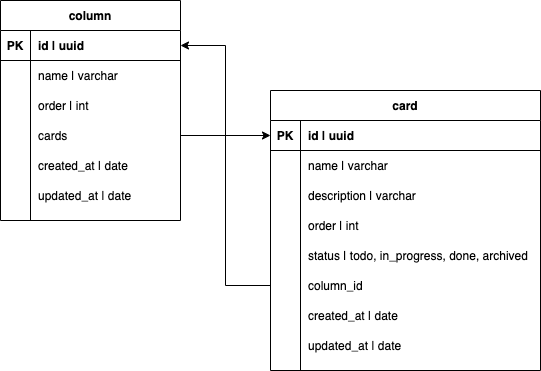
kzkaneoka/kanban-backend keeps this draw.io diagram as db-design.png. Above is the earlier version. Source tidied: cells renumbered, new cells last; positions are measured from the earlier drawing's top-left corner, leaving out a move shared by most shapes.
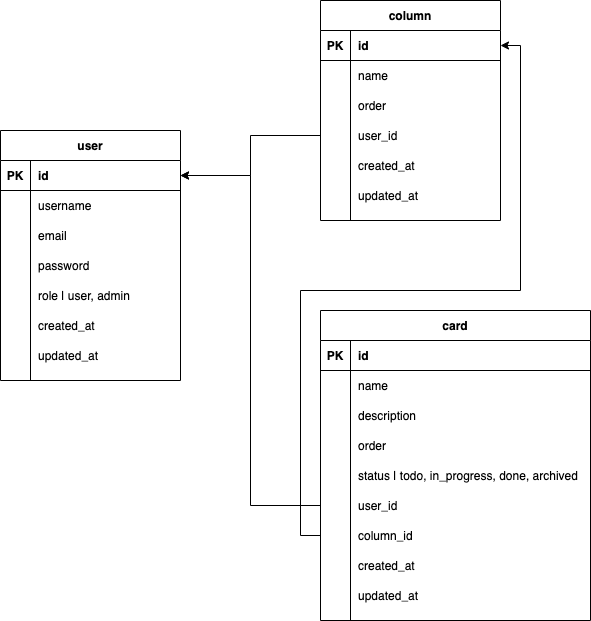
Later version of the same file.

The edit, as a diff of the source:
```diff
@@ -3,7 +3,7 @@
     <mxCell id="0" />
     <mxCell id="1" parent="0" />
     <mxCell id="2" value="column" style="shape=table;startSize=30;rowLines=0;fontStyle=1;align=center;" parent="1" vertex="1">
-      <mxGeometry width="180" height="220" as="geometry" />
+      <mxGeometry x="390" y="-30" width="180" height="220" as="geometry" />
     </mxCell>
     <mxCell id="3" style="shape=partialRectangle;fillColor=none;top=0;left=0;bottom=1;right=0;points=[[0,0.5],[1,0.5]];portConstraint=eastwest;" parent="2" vertex="1">
       <mxGeometry y="30" width="180" height="30" as="geometry" />
@@ -11,7 +11,7 @@
     <mxCell id="4" value="PK" style="shape=partialRectangle;fillColor=none;top=0;left=0;bottom=0;right=0;fontStyle=1;overflow=hidden;" parent="3" vertex="1">
       <mxGeometry width="30" height="30" as="geometry" />
     </mxCell>
-    <mxCell id="5" value="id | uuid" style="shape=partialRectangle;fillColor=none;top=0;left=0;bottom=0;right=0;align=left;spacingLeft=6;fontStyle=1;overflow=hidden;" parent="3" vertex="1">
+    <mxCell id="5" value="id" style="shape=partialRectangle;fillColor=none;top=0;left=0;bottom=0;right=0;align=left;spacingLeft=6;fontStyle=1;overflow=hidden;" parent="3" vertex="1">
       <mxGeometry x="30" width="150" height="30" as="geometry" />
     </mxCell>
     <mxCell id="6" style="shape=partialRectangle;fillColor=none;top=0;left=0;bottom=0;right=0;" parent="2" vertex="1">
@@ -20,7 +20,7 @@
     <mxCell id="7" style="shape=partialRectangle;fillColor=none;top=0;left=0;bottom=0;right=0;overflow=hidden;" parent="6" vertex="1">
       <mxGeometry width="30" height="30" as="geometry" />
     </mxCell>
-    <mxCell id="8" value="name | varchar" style="shape=partialRectangle;fillColor=none;top=0;left=0;bottom=0;right=0;align=left;spacingLeft=6;overflow=hidden;" parent="6" vertex="1">
+    <mxCell id="8" value="name" style="shape=partialRectangle;fillColor=none;top=0;left=0;bottom=0;right=0;align=left;spacingLeft=6;overflow=hidden;" parent="6" vertex="1">
       <mxGeometry x="30" width="150" height="30" as="geometry" />
     </mxCell>
     <mxCell id="9" style="shape=partialRectangle;fillColor=none;top=0;left=0;bottom=0;right=0;" parent="2" vertex="1">
@@ -29,7 +29,7 @@
     <mxCell id="10" style="shape=partialRectangle;fillColor=none;top=0;left=0;bottom=0;right=0;overflow=hidden;" parent="9" vertex="1">
       <mxGeometry width="30" height="30" as="geometry" />
     </mxCell>
-    <mxCell id="11" value="order | int" style="shape=partialRectangle;fillColor=none;top=0;left=0;bottom=0;right=0;align=left;spacingLeft=6;overflow=hidden;" parent="9" vertex="1">
+    <mxCell id="11" value="order" style="shape=partialRectangle;fillColor=none;top=0;left=0;bottom=0;right=0;align=left;spacingLeft=6;overflow=hidden;" parent="9" vertex="1">
       <mxGeometry x="30" width="150" height="30" as="geometry" />
     </mxCell>
     <mxCell id="12" style="shape=partialRectangle;fillColor=none;top=0;left=0;bottom=0;right=0;points=[[0,0.5],[1,0.5]];portConstraint=eastwest;" parent="2" vertex="1">
@@ -38,7 +38,7 @@
     <mxCell id="13" style="shape=partialRectangle;fillColor=none;top=0;left=0;bottom=0;right=0;overflow=hidden;" parent="12" vertex="1">
       <mxGeometry width="30" height="30" as="geometry" />
     </mxCell>
-    <mxCell id="14" value="cards" style="shape=partialRectangle;fillColor=none;top=0;left=0;bottom=0;right=0;align=left;spacingLeft=6;overflow=hidden;" parent="12" vertex="1">
+    <mxCell id="14" value="user_id" style="shape=partialRectangle;fillColor=none;top=0;left=0;bottom=0;right=0;align=left;spacingLeft=6;overflow=hidden;" parent="12" vertex="1">
       <mxGeometry x="30" width="150" height="30" as="geometry" />
     </mxCell>
     <mxCell id="15" style="shape=partialRectangle;fillColor=none;top=0;left=0;bottom=0;right=0;" parent="2" vertex="1">
@@ -47,7 +47,7 @@
     <mxCell id="16" style="shape=partialRectangle;fillColor=none;top=0;left=0;bottom=0;right=0;overflow=hidden;" parent="15" vertex="1">
       <mxGeometry width="30" height="30" as="geometry" />
     </mxCell>
-    <mxCell id="17" value="created_at | date" style="shape=partialRectangle;fillColor=none;top=0;left=0;bottom=0;right=0;align=left;spacingLeft=6;overflow=hidden;" parent="15" vertex="1">
+    <mxCell id="17" value="created_at" style="shape=partialRectangle;fillColor=none;top=0;left=0;bottom=0;right=0;align=left;spacingLeft=6;overflow=hidden;" parent="15" vertex="1">
       <mxGeometry x="30" width="150" height="30" as="geometry" />
     </mxCell>
     <mxCell id="18" style="shape=partialRectangle;fillColor=none;top=0;left=0;bottom=0;right=0;" parent="2" vertex="1">
@@ -56,11 +56,11 @@
     <mxCell id="19" style="shape=partialRectangle;fillColor=none;top=0;left=0;bottom=0;right=0;overflow=hidden;" parent="18" vertex="1">
       <mxGeometry width="30" height="30" as="geometry" />
     </mxCell>
-    <mxCell id="20" value="updated_at | date" style="shape=partialRectangle;fillColor=none;top=0;left=0;bottom=0;right=0;align=left;spacingLeft=6;overflow=hidden;" parent="18" vertex="1">
+    <mxCell id="20" value="updated_at" style="shape=partialRectangle;fillColor=none;top=0;left=0;bottom=0;right=0;align=left;spacingLeft=6;overflow=hidden;" parent="18" vertex="1">
       <mxGeometry x="30" width="150" height="30" as="geometry" />
     </mxCell>
     <mxCell id="21" value="card" style="shape=table;startSize=30;rowLines=0;fontStyle=1;align=center;" parent="1" vertex="1">
-      <mxGeometry x="270" y="90" width="270" height="280" as="geometry" />
+      <mxGeometry x="390" y="280" width="270" height="310" as="geometry" />
     </mxCell>
     <mxCell id="22" style="shape=partialRectangle;fillColor=none;top=0;left=0;bottom=1;right=0;points=[[0,0.5],[1,0.5]];portConstraint=eastwest;" parent="21" vertex="1">
       <mxGeometry y="30" width="270" height="30" as="geometry" />
@@ -68,7 +68,7 @@
     <mxCell id="23" value="PK" style="shape=partialRectangle;fillColor=none;top=0;left=0;bottom=0;right=0;fontStyle=1;overflow=hidden;" parent="22" vertex="1">
       <mxGeometry width="30" height="30" as="geometry" />
     </mxCell>
-    <mxCell id="24" value="id | uuid" style="shape=partialRectangle;fillColor=none;top=0;left=0;bottom=0;right=0;align=left;spacingLeft=6;fontStyle=1;overflow=hidden;" parent="22" vertex="1">
+    <mxCell id="24" value="id" style="shape=partialRectangle;fillColor=none;top=0;left=0;bottom=0;right=0;align=left;spacingLeft=6;fontStyle=1;overflow=hidden;" parent="22" vertex="1">
       <mxGeometry x="30" width="240" height="30" as="geometry" />
     </mxCell>
     <mxCell id="25" style="shape=partialRectangle;fillColor=none;top=0;left=0;bottom=0;right=0;" parent="21" vertex="1">
@@ -77,7 +77,7 @@
     <mxCell id="26" style="shape=partialRectangle;fillColor=none;top=0;left=0;bottom=0;right=0;overflow=hidden;" parent="25" vertex="1">
       <mxGeometry width="30" height="30" as="geometry" />
     </mxCell>
-    <mxCell id="27" value="name | varchar" style="shape=partialRectangle;fillColor=none;top=0;left=0;bottom=0;right=0;align=left;spacingLeft=6;overflow=hidden;" parent="25" vertex="1">
+    <mxCell id="27" value="name" style="shape=partialRectangle;fillColor=none;top=0;left=0;bottom=0;right=0;align=left;spacingLeft=6;overflow=hidden;" parent="25" vertex="1">
       <mxGeometry x="30" width="240" height="30" as="geometry" />
     </mxCell>
     <mxCell id="28" style="shape=partialRectangle;fillColor=none;top=0;left=0;bottom=0;right=0;" parent="21" vertex="1">
@@ -86,7 +86,7 @@
     <mxCell id="29" style="shape=partialRectangle;fillColor=none;top=0;left=0;bottom=0;right=0;overflow=hidden;" parent="28" vertex="1">
       <mxGeometry width="30" height="30" as="geometry" />
     </mxCell>
-    <mxCell id="30" value="description | varchar" style="shape=partialRectangle;fillColor=none;top=0;left=0;bottom=0;right=0;align=left;spacingLeft=6;overflow=hidden;" parent="28" vertex="1">
+    <mxCell id="30" value="description" style="shape=partialRectangle;fillColor=none;top=0;left=0;bottom=0;right=0;align=left;spacingLeft=6;overflow=hidden;" parent="28" vertex="1">
       <mxGeometry x="30" width="240" height="30" as="geometry" />
     </mxCell>
     <mxCell id="31" style="shape=partialRectangle;fillColor=none;top=0;left=0;bottom=0;right=0;" parent="21" vertex="1">
@@ -95,7 +95,7 @@
     <mxCell id="32" style="shape=partialRectangle;fillColor=none;top=0;left=0;bottom=0;right=0;overflow=hidden;" parent="31" vertex="1">
       <mxGeometry width="30" height="30" as="geometry" />
     </mxCell>
-    <mxCell id="33" value="order | int" style="shape=partialRectangle;fillColor=none;top=0;left=0;bottom=0;right=0;align=left;spacingLeft=6;overflow=hidden;" parent="31" vertex="1">
+    <mxCell id="33" value="order" style="shape=partialRectangle;fillColor=none;top=0;left=0;bottom=0;right=0;align=left;spacingLeft=6;overflow=hidden;" parent="31" vertex="1">
       <mxGeometry x="30" width="240" height="30" as="geometry" />
     </mxCell>
     <mxCell id="34" style="shape=partialRectangle;fillColor=none;top=0;left=0;bottom=0;right=0;" parent="21" vertex="1">
@@ -113,7 +113,7 @@
     <mxCell id="38" style="shape=partialRectangle;fillColor=none;top=0;left=0;bottom=0;right=0;overflow=hidden;" parent="37" vertex="1">
       <mxGeometry width="30" height="30" as="geometry" />
     </mxCell>
-    <mxCell id="39" value="column_id" style="shape=partialRectangle;fillColor=none;top=0;left=0;bottom=0;right=0;align=left;spacingLeft=6;overflow=hidden;" parent="37" vertex="1">
+    <mxCell id="39" value="user_id" style="shape=partialRectangle;fillColor=none;top=0;left=0;bottom=0;right=0;align=left;spacingLeft=6;overflow=hidden;" parent="37" vertex="1">
       <mxGeometry x="30" width="240" height="30" as="geometry" />
     </mxCell>
     <mxCell id="40" style="shape=partialRectangle;fillColor=none;top=0;left=0;bottom=0;right=0;points=[[0,0.5],[1,0.5]];portConstraint=eastwest;" parent="21" vertex="1">
@@ -122,7 +122,7 @@
     <mxCell id="41" style="shape=partialRectangle;fillColor=none;top=0;left=0;bottom=0;right=0;overflow=hidden;" parent="40" vertex="1">
       <mxGeometry width="30" height="30" as="geometry" />
     </mxCell>
-    <mxCell id="42" value="created_at | date" style="shape=partialRectangle;fillColor=none;top=0;left=0;bottom=0;right=0;align=left;spacingLeft=6;overflow=hidden;" parent="40" vertex="1">
+    <mxCell id="42" value="column_id" style="shape=partialRectangle;fillColor=none;top=0;left=0;bottom=0;right=0;align=left;spacingLeft=6;overflow=hidden;" parent="40" vertex="1">
       <mxGeometry x="30" width="240" height="30" as="geometry" />
     </mxCell>
     <mxCell id="43" style="shape=partialRectangle;fillColor=none;top=0;left=0;bottom=0;right=0;" parent="21" vertex="1">
@@ -131,14 +131,92 @@
     <mxCell id="44" style="shape=partialRectangle;fillColor=none;top=0;left=0;bottom=0;right=0;overflow=hidden;" parent="43" vertex="1">
       <mxGeometry width="30" height="30" as="geometry" />
     </mxCell>
-    <mxCell id="45" value="updated_at | date" style="shape=partialRectangle;fillColor=none;top=0;left=0;bottom=0;right=0;align=left;spacingLeft=6;overflow=hidden;" parent="43" vertex="1">
+    <mxCell id="45" value="created_at" style="shape=partialRectangle;fillColor=none;top=0;left=0;bottom=0;right=0;align=left;spacingLeft=6;overflow=hidden;" parent="43" vertex="1">
       <mxGeometry x="30" width="240" height="30" as="geometry" />
     </mxCell>
-    <mxCell id="46" style="edgeStyle=orthogonalEdgeStyle;rounded=0;jettySize=auto;html=1;entryX=1;entryY=0.5;entryDx=0;entryDy=0;" parent="1" edge="1" source="37" target="3">
-      <mxGeometry relative="1" as="geometry" />
-    </mxCell>
-    <mxCell id="47" style="edgeStyle=orthogonalEdgeStyle;rounded=0;jettySize=auto;html=1;" parent="1" edge="1" source="12" target="22">
-      <mxGeometry relative="1" as="geometry" />
-    </mxCell>
+    <mxCell id="48" style="shape=partialRectangle;fillColor=none;top=0;left=0;bottom=0;right=0;" parent="21" vertex="1">
+      <mxGeometry y="270" width="270" height="30" as="geometry" />
+    </mxCell>
+    <mxCell id="49" style="shape=partialRectangle;fillColor=none;top=0;left=0;bottom=0;right=0;overflow=hidden;" parent="48" vertex="1">
+      <mxGeometry width="30" height="30" as="geometry" />
+    </mxCell>
+    <mxCell id="50" value="updated_at" style="shape=partialRectangle;fillColor=none;top=0;left=0;bottom=0;right=0;align=left;spacingLeft=6;overflow=hidden;" parent="48" vertex="1">
+      <mxGeometry x="30" width="240" height="30" as="geometry" />
+    </mxCell>
+    <mxCell id="51" value="user" style="shape=table;startSize=30;rowLines=0;fontStyle=1;align=center;" parent="1" vertex="1">
+      <mxGeometry x="70" y="100" width="180" height="250" as="geometry" />
+    </mxCell>
+    <mxCell id="52" style="shape=partialRectangle;fillColor=none;top=0;left=0;bottom=1;right=0;points=[[0,0.5],[1,0.5]];portConstraint=eastwest;" parent="51" vertex="1">
+      <mxGeometry y="30" width="180" height="30" as="geometry" />
+    </mxCell>
+    <mxCell id="53" value="PK" style="shape=partialRectangle;fillColor=none;top=0;left=0;bottom=0;right=0;fontStyle=1;overflow=hidden;" parent="52" vertex="1">
+      <mxGeometry width="30" height="30" as="geometry" />
+    </mxCell>
+    <mxCell id="54" value="id" style="shape=partialRectangle;fillColor=none;top=0;left=0;bottom=0;right=0;align=left;spacingLeft=6;fontStyle=1;overflow=hidden;" parent="52" vertex="1">
+      <mxGeometry x="30" width="150" height="30" as="geometry" />
+    </mxCell>
+    <mxCell id="55" style="shape=partialRectangle;fillColor=none;top=0;left=0;bottom=0;right=0;" parent="51" vertex="1">
+      <mxGeometry y="60" width="180" height="30" as="geometry" />
+    </mxCell>
+    <mxCell id="56" style="shape=partialRectangle;fillColor=none;top=0;left=0;bottom=0;right=0;overflow=hidden;" parent="55" vertex="1">
+      <mxGeometry width="30" height="30" as="geometry" />
+    </mxCell>
+    <mxCell id="57" value="username" style="shape=partialRectangle;fillColor=none;top=0;left=0;bottom=0;right=0;align=left;spacingLeft=6;overflow=hidden;" parent="55" vertex="1">
+      <mxGeometry x="30" width="150" height="30" as="geometry" />
+    </mxCell>
+    <mxCell id="58" style="shape=partialRectangle;fillColor=none;top=0;left=0;bottom=0;right=0;" parent="51" vertex="1">
+      <mxGeometry y="90" width="180" height="30" as="geometry" />
+    </mxCell>
+    <mxCell id="59" style="shape=partialRectangle;fillColor=none;top=0;left=0;bottom=0;right=0;overflow=hidden;" parent="58" vertex="1">
+      <mxGeometry width="30" height="30" as="geometry" />
+    </mxCell>
+    <mxCell id="60" value="email" style="shape=partialRectangle;fillColor=none;top=0;left=0;bottom=0;right=0;align=left;spacingLeft=6;overflow=hidden;" parent="58" vertex="1">
+      <mxGeometry x="30" width="150" height="30" as="geometry" />
+    </mxCell>
+    <mxCell id="61" style="shape=partialRectangle;fillColor=none;top=0;left=0;bottom=0;right=0;" parent="51" vertex="1">
+      <mxGeometry y="120" width="180" height="30" as="geometry" />
+    </mxCell>
+    <mxCell id="62" style="shape=partialRectangle;fillColor=none;top=0;left=0;bottom=0;right=0;overflow=hidden;" parent="61" vertex="1">
+      <mxGeometry width="30" height="30" as="geometry" />
+    </mxCell>
+    <mxCell id="63" value="password" style="shape=partialRectangle;fillColor=none;top=0;left=0;bottom=0;right=0;align=left;spacingLeft=6;overflow=hidden;" parent="61" vertex="1">
+      <mxGeometry x="30" width="150" height="30" as="geometry" />
+    </mxCell>
+    <mxCell id="64" style="shape=partialRectangle;fillColor=none;top=0;left=0;bottom=0;right=0;" parent="51" vertex="1">
+      <mxGeometry y="150" width="180" height="30" as="geometry" />
+    </mxCell>
+    <mxCell id="65" style="shape=partialRectangle;fillColor=none;top=0;left=0;bottom=0;right=0;overflow=hidden;" parent="64" vertex="1">
+      <mxGeometry width="30" height="30" as="geometry" />
+    </mxCell>
+    <mxCell id="66" value="role | user, admin" style="shape=partialRectangle;fillColor=none;top=0;left=0;bottom=0;right=0;align=left;spacingLeft=6;overflow=hidden;" parent="64" vertex="1">
+      <mxGeometry x="30" width="150" height="30" as="geometry" />
+    </mxCell>
+    <mxCell id="67" style="shape=partialRectangle;fillColor=none;top=0;left=0;bottom=0;right=0;" parent="51" vertex="1">
+      <mxGeometry y="180" width="180" height="30" as="geometry" />
+    </mxCell>
+    <mxCell id="68" style="shape=partialRectangle;fillColor=none;top=0;left=0;bottom=0;right=0;overflow=hidden;" parent="67" vertex="1">
+      <mxGeometry width="30" height="30" as="geometry" />
+    </mxCell>
+    <mxCell id="69" value="created_at" style="shape=partialRectangle;fillColor=none;top=0;left=0;bottom=0;right=0;align=left;spacingLeft=6;overflow=hidden;" parent="67" vertex="1">
+      <mxGeometry x="30" width="150" height="30" as="geometry" />
+    </mxCell>
+    <mxCell id="70" style="shape=partialRectangle;fillColor=none;top=0;left=0;bottom=0;right=0;" parent="51" vertex="1">
+      <mxGeometry y="210" width="180" height="30" as="geometry" />
+    </mxCell>
+    <mxCell id="71" style="shape=partialRectangle;fillColor=none;top=0;left=0;bottom=0;right=0;overflow=hidden;" parent="70" vertex="1">
+      <mxGeometry width="30" height="30" as="geometry" />
+    </mxCell>
+    <mxCell id="72" value="updated_at" style="shape=partialRectangle;fillColor=none;top=0;left=0;bottom=0;right=0;align=left;spacingLeft=6;overflow=hidden;" parent="70" vertex="1">
+      <mxGeometry x="30" width="150" height="30" as="geometry" />
+    </mxCell>
+    <mxCell id="73" style="edgeStyle=orthogonalEdgeStyle;rounded=0;jettySize=auto;html=1;entryX=1;entryY=0.5;entryDx=0;entryDy=0;" parent="1" edge="1" source="12" target="52">
+      <mxGeometry relative="1" as="geometry" />
+    </mxCell>
+    <mxCell id="74" style="edgeStyle=orthogonalEdgeStyle;rounded=0;jettySize=auto;html=1;" parent="1" edge="1" source="37" target="52">
+      <mxGeometry relative="1" as="geometry" />
+    </mxCell>
+    <mxCell id="75" style="edgeStyle=orthogonalEdgeStyle;rounded=0;jettySize=auto;html=1;entryX=1;entryY=0.5;entryDx=0;entryDy=0;" parent="1" edge="1" source="40" target="3">
+      <mxGeometry relative="1" as="geometry" />
+    </mxCell>
   </root>
 </mxGraphModel>
```
